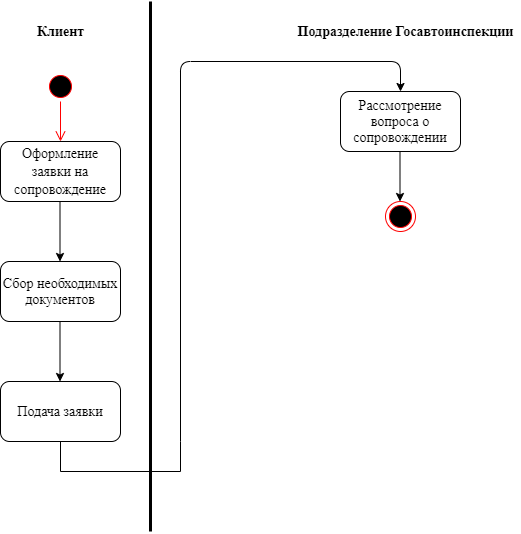
Earlier version of the draw.io export Приём и рассмотрение заявки на сопровождение.png (Anton80213/Project-diagrams). Source tidied: cells renumbered, new cells last; positions are measured from the earlier drawing's top-left corner, leaving out a move shared by most shapes. The source it was exported from:
```xml
<mxGraphModel>
  <root>
    <mxCell id="0" />
    <mxCell id="1" parent="0" />
    <mxCell id="2" style="ellipse;html=1;shape=startState;fillColor=#000000;strokeColor=#ff0000;" parent="1" vertex="1">
      <mxGeometry x="45" y="70" width="30" height="30" as="geometry" />
    </mxCell>
    <mxCell id="3" style="edgeStyle=orthogonalEdgeStyle;html=1;verticalAlign=bottom;endArrow=open;endSize=8;strokeColor=#ff0000;exitX=0.5;exitY=1;exitDx=0;exitDy=0;" parent="1" edge="1" source="2">
      <mxGeometry relative="1" as="geometry">
        <mxPoint x="60" y="140" as="targetPoint" />
      </mxGeometry>
    </mxCell>
    <mxCell id="4" value="&lt;span style=&quot;line-height: 150%&quot;&gt;&lt;font face=&quot;Times New Roman&quot; style=&quot;font-size: 14px&quot;&gt;Оформление заявки на сопровождение&lt;/font&gt;&lt;/span&gt;" style="rounded=1;whiteSpace=wrap;html=1;" parent="1" vertex="1">
      <mxGeometry y="140" width="120" height="60" as="geometry" />
    </mxCell>
    <mxCell id="5" value="&lt;font style=&quot;font-size: 14px&quot; face=&quot;Times New Roman&quot;&gt;&lt;b&gt;Клиент&lt;/b&gt;&lt;/font&gt;" style="text;html=1;align=center;verticalAlign=middle;strokeColor=none;" parent="1" vertex="1">
      <mxGeometry x="30" y="20" width="60" height="20" as="geometry" />
    </mxCell>
    <mxCell id="6" style="endArrow=classic;html=1;" parent="1" edge="1">
      <mxGeometry relative="1" as="geometry">
        <mxPoint x="59.5" y="200" as="sourcePoint" />
        <mxPoint x="59.5" y="260" as="targetPoint" />
      </mxGeometry>
    </mxCell>
    <mxCell id="7" value="&lt;font face=&quot;Times New Roman&quot; style=&quot;font-size: 14px&quot;&gt;Сбор необходимых документов&lt;/font&gt;" style="rounded=1;whiteSpace=wrap;html=1;" parent="1" vertex="1">
      <mxGeometry y="260" width="120" height="60" as="geometry" />
    </mxCell>
    <mxCell id="8" style="endArrow=classic;html=1;" parent="1" edge="1">
      <mxGeometry relative="1" as="geometry">
        <mxPoint x="59.5" y="320" as="sourcePoint" />
        <mxPoint x="59.5" y="380" as="targetPoint" />
      </mxGeometry>
    </mxCell>
    <mxCell id="9" value="&lt;font face=&quot;Times New Roman&quot; style=&quot;font-size: 14px&quot;&gt;Подача заявки&lt;/font&gt;" style="rounded=1;whiteSpace=wrap;html=1;" parent="1" vertex="1">
      <mxGeometry y="380" width="120" height="60" as="geometry" />
    </mxCell>
    <mxCell id="10" value="&lt;font face=&quot;Times New Roman&quot; style=&quot;font-size: 14px&quot;&gt;&lt;b&gt;Подразделение Госавтоинспекции&lt;/b&gt;&lt;/font&gt;" style="text;html=1;align=center;verticalAlign=middle;strokeColor=none;" parent="1" vertex="1">
      <mxGeometry x="290" y="20" width="230" height="20" as="geometry" />
    </mxCell>
    <mxCell id="11" style="shape=partialRectangle;whiteSpace=wrap;html=1;bottom=1;right=1;left=1;top=0;fillColor=none;routingCenterX=-0.5;" parent="1" vertex="1">
      <mxGeometry x="60" y="440" width="120" height="30" as="geometry" />
    </mxCell>
    <mxCell id="12" style="edgeStyle=segmentEdgeStyle;endArrow=classic;html=1;" parent="1" edge="1">
      <mxGeometry relative="1" as="geometry">
        <mxPoint x="180" y="440" as="sourcePoint" />
        <mxPoint x="400" y="90" as="targetPoint" />
        <Array as="points">
          <mxPoint x="180" y="60" />
          <mxPoint x="400" y="60" />
          <mxPoint x="400" y="90" />
        </Array>
      </mxGeometry>
    </mxCell>
    <mxCell id="13" value="&lt;font face=&quot;Times New Roman&quot; style=&quot;font-size: 14px&quot;&gt;Рассмотрение вопроса о сопровождении&lt;/font&gt;" style="rounded=1;whiteSpace=wrap;html=1;" parent="1" vertex="1">
      <mxGeometry x="340" y="90" width="120" height="60" as="geometry" />
    </mxCell>
    <mxCell id="14" style="ellipse;html=1;shape=endState;fillColor=#000000;strokeColor=#ff0000;" parent="1" vertex="1">
      <mxGeometry x="385" y="200" width="30" height="30" as="geometry" />
    </mxCell>
    <mxCell id="15" style="endArrow=classic;html=1;" parent="1" edge="1">
      <mxGeometry relative="1" as="geometry">
        <mxPoint x="399.5" y="150" as="sourcePoint" />
        <mxPoint x="399.5" y="200" as="targetPoint" />
      </mxGeometry>
    </mxCell>
    <mxCell id="16" style="endArrow=none;html=1;shadow=0;strokeWidth=3;" parent="1" edge="1">
      <mxGeometry relative="1" as="geometry">
        <mxPoint x="150" y="530" as="sourcePoint" />
        <mxPoint x="150" as="targetPoint" />
      </mxGeometry>
    </mxCell>
  </root>
</mxGraphModel>
```
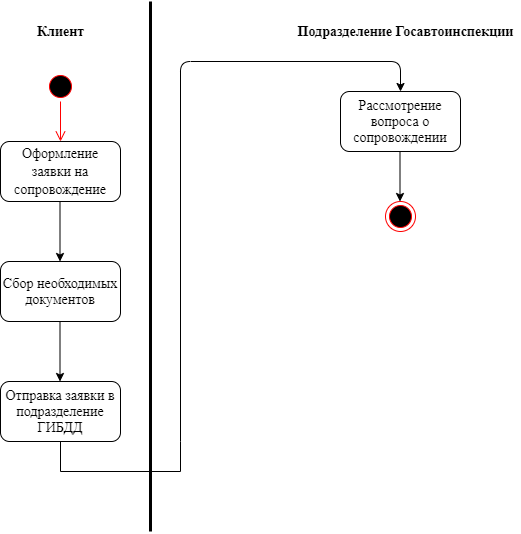
After the commit.

The edit, as a diff of the source:
```diff
@@ -31,7 +31,7 @@
         <mxPoint x="59.5" y="380" as="targetPoint" />
       </mxGeometry>
     </mxCell>
-    <mxCell id="9" value="&lt;font face=&quot;Times New Roman&quot; style=&quot;font-size: 14px&quot;&gt;Подача заявки&lt;/font&gt;" style="rounded=1;whiteSpace=wrap;html=1;" parent="1" vertex="1">
+    <mxCell id="9" value="&lt;font face=&quot;Times New Roman&quot; style=&quot;font-size: 14px&quot;&gt;Отправка заявки в подразделение ГИБДД&lt;/font&gt;" style="rounded=1;whiteSpace=wrap;html=1;" parent="1" vertex="1">
       <mxGeometry y="380" width="120" height="60" as="geometry" />
     </mxCell>
     <mxCell id="10" value="&lt;font face=&quot;Times New Roman&quot; style=&quot;font-size: 14px&quot;&gt;&lt;b&gt;Подразделение Госавтоинспекции&lt;/b&gt;&lt;/font&gt;" style="text;html=1;align=center;verticalAlign=middle;strokeColor=none;" parent="1" vertex="1">
```
